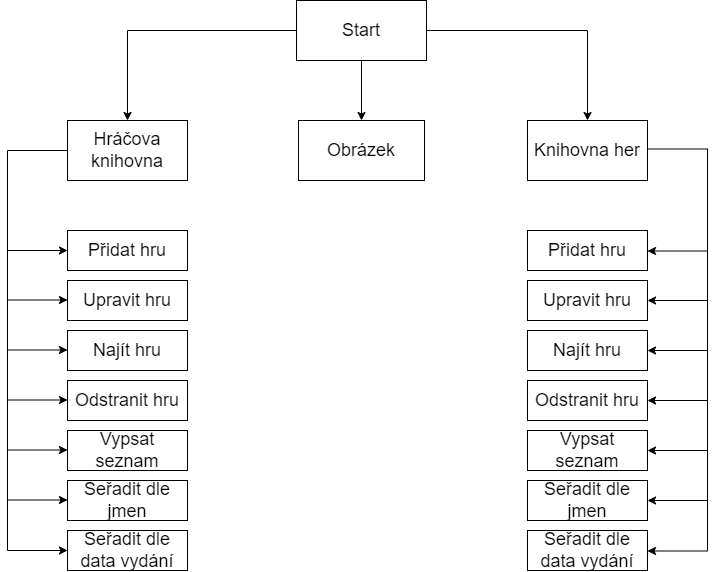
Before: function_specifics.drawio.png, a diagram exported from draw.io (jakubsilhan/Test). Source tidied: cells renumbered, new cells last; positions are measured from the earlier drawing's top-left corner, leaving out a move shared by most shapes.
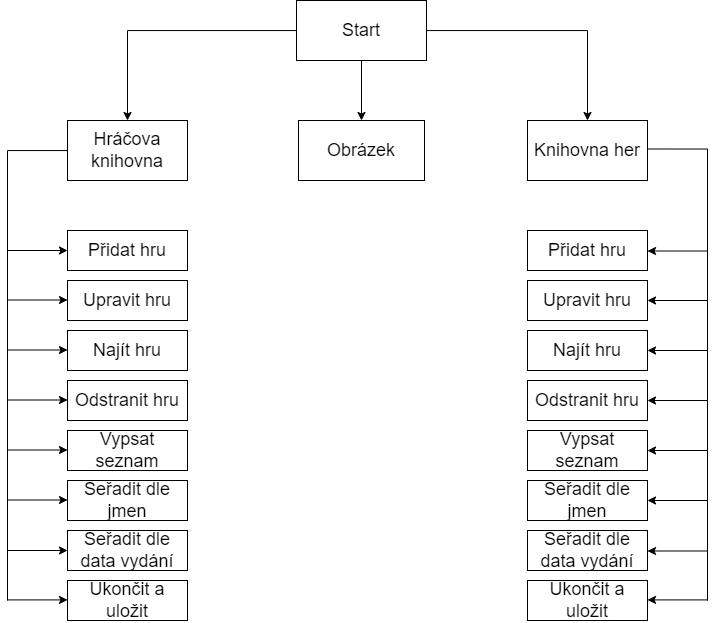
The same diagram one commit later.

The edit, as a diff of the source:
```diff
@@ -16,7 +16,7 @@
     </mxCell>
     <mxCell id="6" style="edgeStyle=orthogonalEdgeStyle;rounded=0;jettySize=auto;html=1;fontSize=18;endArrow=none;endFill=0;" parent="1" edge="1" source="7">
       <mxGeometry relative="1" as="geometry">
-        <mxPoint y="550" as="targetPoint" />
+        <mxPoint y="600" as="targetPoint" />
         <Array as="points">
           <mxPoint y="150" />
         </Array>
@@ -117,7 +117,7 @@
     <mxCell id="31" style="edgeStyle=orthogonalEdgeStyle;rounded=0;orthogonalLoop=1;jettySize=auto;html=1;fontSize=18;endArrow=none;endFill=0;" parent="1" edge="1">
       <mxGeometry relative="1" as="geometry">
         <mxPoint x="640" y="148.5" as="sourcePoint" />
-        <mxPoint x="700" y="550" as="targetPoint" />
+        <mxPoint x="700" y="600" as="targetPoint" />
         <Array as="points">
           <mxPoint x="700" y="148.5" />
         </Array>
@@ -165,5 +165,23 @@
         <mxPoint x="640" y="250.5" as="targetPoint" />
       </mxGeometry>
     </mxCell>
+    <mxCell id="39" value="Ukončit a uložit" style="rounded=0;whiteSpace=wrap;html=1;fontSize=18;" parent="1" vertex="1">
+      <mxGeometry x="60" y="580" width="120" height="40" as="geometry" />
+    </mxCell>
+    <mxCell id="40" value="Ukončit a uložit" style="rounded=0;whiteSpace=wrap;html=1;fontSize=18;" parent="1" vertex="1">
+      <mxGeometry x="520" y="580" width="120" height="40" as="geometry" />
+    </mxCell>
+    <mxCell id="41" style="endArrow=classic;html=1;rounded=0;fontSize=18;entryX=0;entryY=0.5;entryDx=0;entryDy=0;" parent="1" edge="1">
+      <mxGeometry relative="1" as="geometry">
+        <mxPoint y="599.4" as="sourcePoint" />
+        <mxPoint x="60" y="599.4" as="targetPoint" />
+      </mxGeometry>
+    </mxCell>
+    <mxCell id="42" style="endArrow=classic;html=1;rounded=0;fontSize=18;entryX=0;entryY=0.5;entryDx=0;entryDy=0;" parent="1" edge="1">
+      <mxGeometry relative="1" as="geometry">
+        <mxPoint x="700" y="599.4" as="sourcePoint" />
+        <mxPoint x="640" y="599.4" as="targetPoint" />
+      </mxGeometry>
+    </mxCell>
   </root>
 </mxGraphModel>
```
